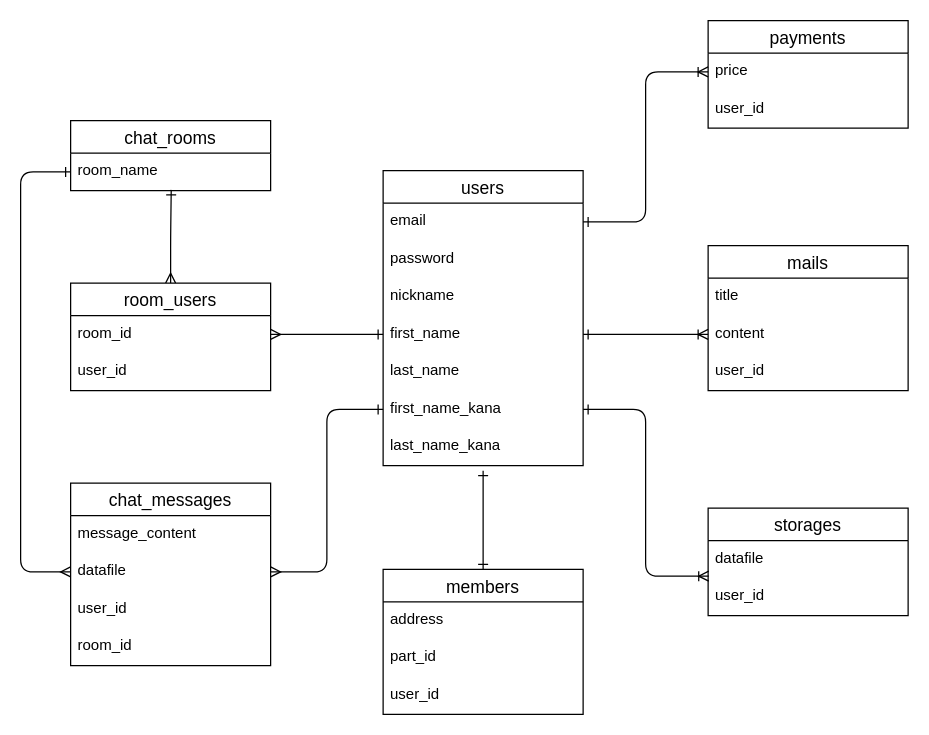
Before: ER.dio in soya0128/Comcon, a draw.io diagram. Source tidied: cells renumbered, new cells numbered last; positions are measured from the earlier drawing's top-left corner, leaving out a move shared by most shapes. Both pictures are drawn from the tidied source at 125%, with x=0, y=0 at pixel (20, 20).
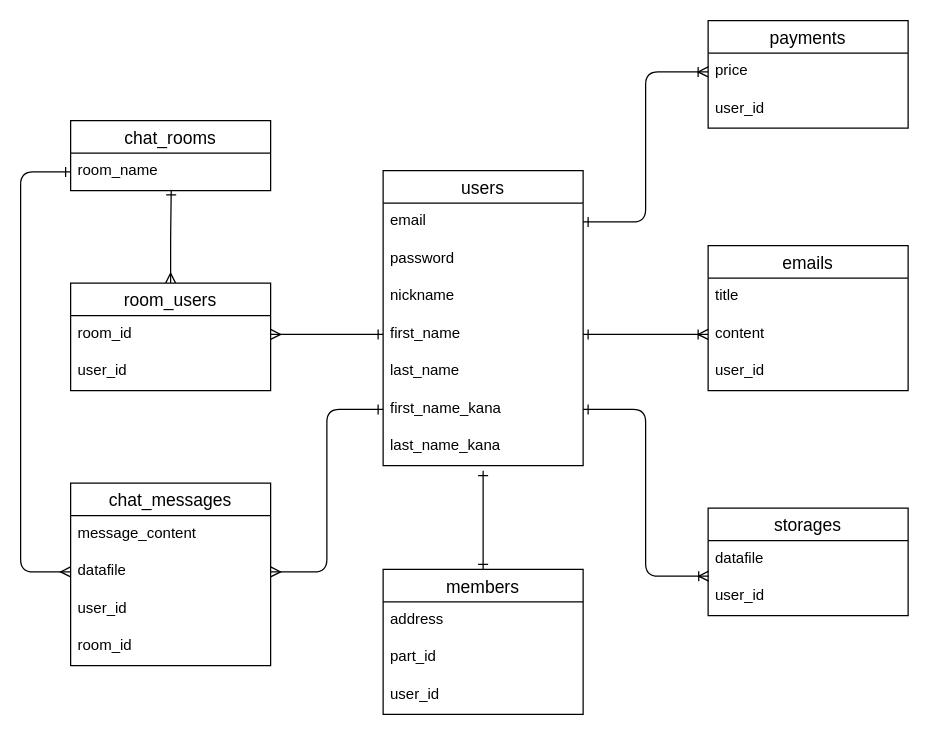
The same page after the edit.

Commit message (it also covers changes not shown here):
ER図、READMEの修正

The edit, as a diff of the source:
```diff
@@
-    <mxCell id="19" value="mails" style="swimlane;fontStyle=0;horizontal=1;startSize=26;align=center;fontSize=14;" parent="1" vertex="1">
+    <mxCell id="19" value="emails" style="swimlane;fontStyle=0;horizontal=1;startSize=26;align=center;fontSize=14;" parent="1" vertex="1">
       <mxGeometry x="550" y="180" width="160" height="116" as="geometry" />
     </mxCell>
```
